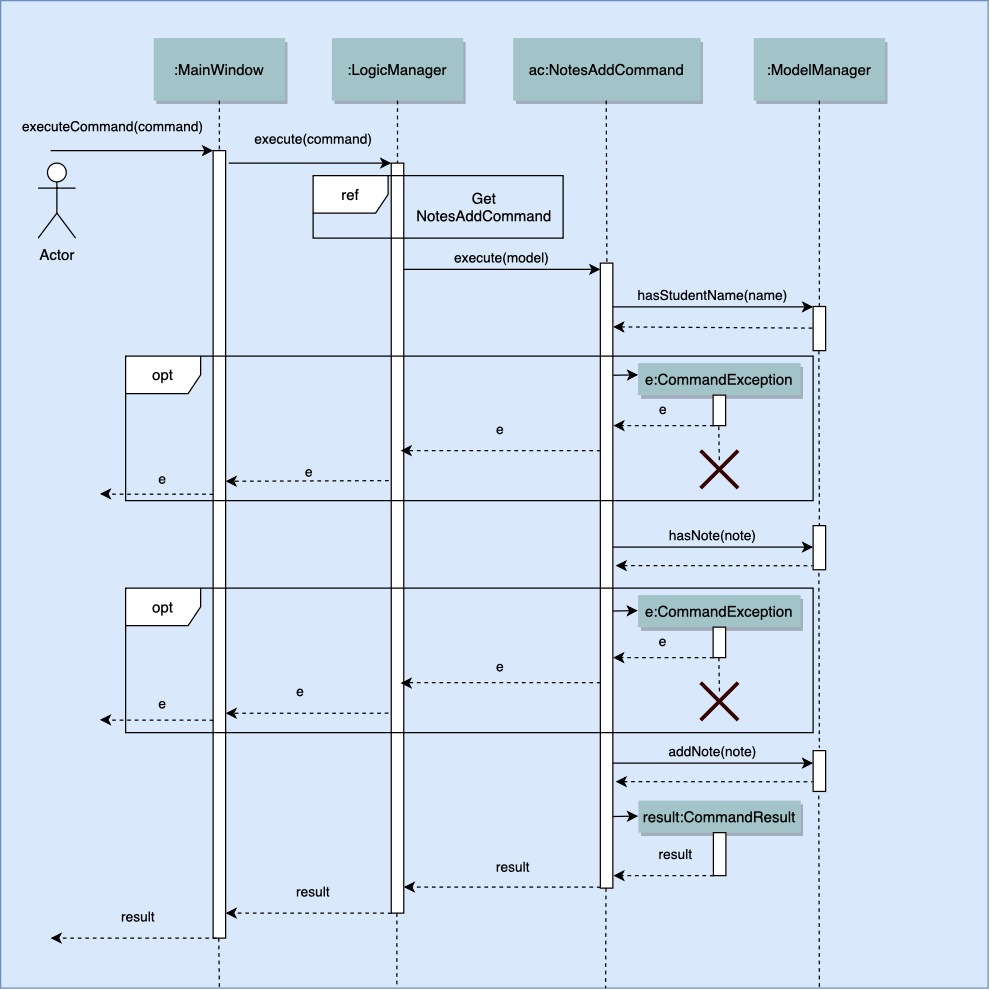
Above: docs/images/developerguide/notes/NotesAddSequence.png in tingalinga/main (draw.io), before the change. Source tidied: cells renumbered, new cells last; positions are measured from the earlier drawing's top-left corner, leaving out a move shared by most shapes. Its diagram source:
```xml
<mxGraphModel background="#ffffff">
  <root>
    <mxCell id="0" />
    <mxCell id="1" parent="0" />
    <mxCell id="2" style="fillColor=#dae8fc;strokeColor=#6c8ebf;" parent="1" vertex="1">
      <mxGeometry width="790" height="790" as="geometry" />
    </mxCell>
    <mxCell id="3" style="fillColor=#FFFFFF;strokeColor=#0D0300;" parent="1" vertex="1">
      <mxGeometry x="170" y="120" width="10" height="630" as="geometry" />
    </mxCell>
    <mxCell id="4" value=":MainWindow" style="shadow=1;fillColor=#A2C4C9;strokeColor=none;" parent="1" vertex="1">
      <mxGeometry x="122.5" y="30" width="105" height="50" as="geometry" />
    </mxCell>
    <mxCell id="5" style="fillColor=#FFFFFF;strokeColor=#0D0300;" parent="1" vertex="1">
      <mxGeometry x="312.5" y="130" width="10" height="600" as="geometry" />
    </mxCell>
    <mxCell id="6" value=":LogicManager" style="shadow=1;fillColor=#A2C4C9;strokeColor=none;" parent="1" vertex="1">
      <mxGeometry x="265" y="30" width="105" height="50" as="geometry" />
    </mxCell>
    <mxCell id="7" style="edgeStyle=none;endArrow=none;dashed=1;" parent="1" edge="1" source="6" target="5">
      <mxGeometry x="272.3" y="165" as="geometry" />
    </mxCell>
    <mxCell id="8" value="execute(command)" style="edgeStyle=none;verticalLabelPosition=top;verticalAlign=bottom;labelBackgroundColor=none;" parent="1" edge="1">
      <mxGeometry as="geometry">
        <mxPoint x="182.5" y="130" as="sourcePoint" />
        <mxPoint x="312.5" y="130" as="targetPoint" />
        <mxPoint x="3" y="-10" as="offset" />
      </mxGeometry>
    </mxCell>
    <mxCell id="9" value="ac:NotesAddCommand" style="shadow=1;fillColor=#A2C4C9;strokeColor=none;" parent="1" vertex="1">
      <mxGeometry x="410" y="30" width="150" height="50" as="geometry" />
    </mxCell>
    <mxCell id="10" style="fillColor=#FFFFFF;strokeColor=#0D0300;" parent="1" vertex="1">
      <mxGeometry x="479.8" y="210" width="10" height="500" as="geometry" />
    </mxCell>
    <mxCell id="11" value="execute(model)" style="edgeStyle=elbowEdgeStyle;elbow=horizontal;verticalLabelPosition=top;verticalAlign=bottom;labelBackgroundColor=none;" parent="1" edge="1" source="5" target="10">
      <mxGeometry x="350" y="290" as="geometry">
        <Array as="points">
          <mxPoint x="410" y="215" />
        </Array>
      </mxGeometry>
    </mxCell>
    <mxCell id="12" style="fillColor=#FFFFFF;strokeColor=#0D0300;" parent="1" vertex="1">
      <mxGeometry x="650" y="244.7" width="10" height="35.3" as="geometry" />
    </mxCell>
    <mxCell id="13" value=":ModelManager" style="shadow=1;fillColor=#A2C4C9;strokeColor=none;" parent="1" vertex="1">
      <mxGeometry x="602.5" y="30" width="105" height="50" as="geometry" />
    </mxCell>
    <mxCell id="14" style="edgeStyle=none;endArrow=none;dashed=1;" parent="1" edge="1" source="13" target="12">
      <mxGeometry x="614.5" y="175" as="geometry" />
    </mxCell>
    <mxCell id="15" value="hasStudentName(name)" style="edgeStyle=elbowEdgeStyle;elbow=vertical;verticalLabelPosition=top;verticalAlign=bottom;labelBackgroundColor=none;" parent="1" edge="1" source="10" target="12">
      <mxGeometry x="540" y="270" as="geometry">
        <Array as="points">
          <mxPoint x="500" y="245" />
          <mxPoint x="560" y="240" />
        </Array>
      </mxGeometry>
    </mxCell>
    <mxCell id="16" style="edgeStyle=elbowEdgeStyle;elbow=horizontal;endArrow=none;dashed=1;" parent="1" edge="1" source="4" target="3">
      <mxGeometry x="230" y="310" as="geometry" />
    </mxCell>
    <mxCell id="17" value="Actor" style="shape=umlActor;verticalLabelPosition=bottom;labelBackgroundColor=none;verticalAlign=top;html=1;" parent="1" vertex="1">
      <mxGeometry x="30" y="130" width="30" height="60" as="geometry" />
    </mxCell>
    <mxCell id="18" value="ref" style="shape=umlFrame;whiteSpace=wrap;html=1;shadow=0;comic=0;labelBackgroundColor=#FFFFFF;fillColor=#FFFFFF;swimlaneFillColor=none;" parent="1" vertex="1">
      <mxGeometry x="250" y="140" width="200" height="50" as="geometry" />
    </mxCell>
    <mxCell id="19" value="opt" style="shape=umlFrame;whiteSpace=wrap;html=1;shadow=0;comic=0;labelBackgroundColor=#FFFFFF;fillColor=#FFFFFF;" parent="1" vertex="1">
      <mxGeometry x="100" y="284.4" width="550" height="115.6" as="geometry" />
    </mxCell>
    <mxCell id="20" style="edgeStyle=none;verticalLabelPosition=top;verticalAlign=bottom;endArrow=none;startArrow=classic;dashed=1;exitX=1.022;exitY=0.102;exitDx=0;exitDy=0;exitPerimeter=0;" parent="1" edge="1" source="10">
      <mxGeometry x="550" y="201.5" as="geometry">
        <mxPoint x="650" y="262" as="targetPoint" />
      </mxGeometry>
    </mxCell>
    <mxCell id="21" value="Get NotesAddCommand" style="rounded=0;whiteSpace=wrap;html=1;shadow=0;comic=0;labelBackgroundColor=none;strokeColor=#000000;fillColor=none;opacity=0;" parent="1" vertex="1">
      <mxGeometry x="332.5" y="155" width="107.5" height="20" as="geometry" />
    </mxCell>
    <mxCell id="22" value="e:CommandException" style="shadow=1;fillColor=#A2C4C9;strokeColor=none;" parent="1" vertex="1">
      <mxGeometry x="510" y="290" width="130" height="25.6" as="geometry" />
    </mxCell>
    <mxCell id="23" style="edgeStyle=none;verticalLabelPosition=top;verticalAlign=bottom;labelPosition=left;align=right;" parent="1" edge="1">
      <mxGeometry x="340" y="179.9" as="geometry">
        <mxPoint x="490" y="299.7" as="sourcePoint" />
        <mxPoint x="510" y="299.4" as="targetPoint" />
        <mxPoint x="45" y="-9" as="offset" />
      </mxGeometry>
    </mxCell>
    <mxCell id="24" style="fillColor=#FFFFFF;strokeColor=#0D0300;fontColor=#ffffff;" parent="1" vertex="1">
      <mxGeometry x="570" y="315.6" width="10" height="24.4" as="geometry" />
    </mxCell>
    <mxCell id="25" value="e" style="edgeStyle=elbowEdgeStyle;elbow=vertical;dashed=1;verticalLabelPosition=bottom;verticalAlign=top;labelBackgroundColor=none;" parent="1" edge="1">
      <mxGeometry as="geometry">
        <mxPoint x="479.8" y="360.4" as="sourcePoint" />
        <mxPoint x="320" y="360" as="targetPoint" />
        <Array as="points">
          <mxPoint x="450.3" y="360" />
        </Array>
        <mxPoint y="-30" as="offset" />
      </mxGeometry>
    </mxCell>
    <mxCell id="26" value="e" style="edgeStyle=elbowEdgeStyle;elbow=horizontal;dashed=1;verticalLabelPosition=bottom;verticalAlign=top;entryX=0.379;entryY=0.654;entryDx=0;entryDy=0;entryPerimeter=0;labelBackgroundColor=none;" parent="1" edge="1">
      <mxGeometry x="-187" y="14.9" as="geometry">
        <mxPoint x="310" y="384" as="sourcePoint" />
        <mxPoint x="180" y="384.5" as="targetPoint" />
        <Array as="points">
          <mxPoint x="310.5" y="384.5" />
        </Array>
        <mxPoint x="2" y="-20" as="offset" />
      </mxGeometry>
    </mxCell>
    <mxCell id="27" style="edgeStyle=none;endArrow=none;dashed=1;" parent="1" edge="1">
      <mxGeometry x="529.3" y="425.6" as="geometry">
        <mxPoint x="574.5" y="340.6" as="sourcePoint" />
        <mxPoint x="575" y="370" as="targetPoint" />
      </mxGeometry>
    </mxCell>
    <mxCell id="28" style="shape=umlDestroy;whiteSpace=wrap;html=1;strokeWidth=3;shadow=0;comic=0;labelBackgroundColor=#FFFFFF;fillColor=#d5e8d4;strokeColor=#330000;" parent="1" vertex="1">
      <mxGeometry x="560" y="360" width="30" height="30" as="geometry" />
    </mxCell>
    <mxCell id="29" value="hasNote(note)" style="edgeStyle=elbowEdgeStyle;elbow=vertical;verticalLabelPosition=top;verticalAlign=bottom;labelBackgroundColor=none;" parent="1" edge="1">
      <mxGeometry x="540" y="462.2" as="geometry">
        <mxPoint x="489.8" y="437.2" as="sourcePoint" />
        <mxPoint x="650" y="437.2" as="targetPoint" />
        <Array as="points">
          <mxPoint x="500" y="437.2" />
          <mxPoint x="560" y="432.2" />
        </Array>
      </mxGeometry>
    </mxCell>
    <mxCell id="30" style="edgeStyle=none;verticalLabelPosition=top;verticalAlign=bottom;endArrow=none;startArrow=classic;dashed=1;exitX=1.222;exitY=0.106;exitDx=0;exitDy=0;exitPerimeter=0;entryX=-0.033;entryY=0.038;entryDx=0;entryDy=0;entryPerimeter=0;" parent="1" edge="1">
      <mxGeometry x="550" y="393.7" as="geometry">
        <mxPoint x="492" y="452" as="sourcePoint" />
        <mxPoint x="649.7" y="452.1" as="targetPoint" />
      </mxGeometry>
    </mxCell>
    <mxCell id="31" value="opt" style="shape=umlFrame;whiteSpace=wrap;html=1;shadow=0;comic=0;labelBackgroundColor=#FFFFFF;fillColor=#FFFFFF;" parent="1" vertex="1">
      <mxGeometry x="100" y="470" width="550" height="115.6" as="geometry" />
    </mxCell>
    <mxCell id="32" value="e:CommandException" style="shadow=1;fillColor=#A2C4C9;strokeColor=none;" parent="1" vertex="1">
      <mxGeometry x="510" y="475.6" width="130" height="25.6" as="geometry" />
    </mxCell>
    <mxCell id="33" style="fillColor=#FFFFFF;strokeColor=#0D0300;" parent="1" vertex="1">
      <mxGeometry x="570" y="501.2" width="10" height="24.4" as="geometry" />
    </mxCell>
    <mxCell id="34" value="e" style="edgeStyle=elbowEdgeStyle;elbow=vertical;dashed=1;verticalLabelPosition=bottom;verticalAlign=top;labelBackgroundColor=none;" parent="1" edge="1">
      <mxGeometry as="geometry">
        <mxPoint x="570" y="526.1" as="sourcePoint" />
        <mxPoint x="490" y="525.6" as="targetPoint" />
        <Array as="points">
          <mxPoint x="540.5" y="525.6" />
        </Array>
        <mxPoint y="-26" as="offset" />
      </mxGeometry>
    </mxCell>
    <mxCell id="35" value="e" style="edgeStyle=elbowEdgeStyle;elbow=vertical;dashed=1;verticalLabelPosition=bottom;verticalAlign=top;labelBackgroundColor=none;" parent="1" edge="1">
      <mxGeometry as="geometry">
        <mxPoint x="479.8" y="546.1" as="sourcePoint" />
        <mxPoint x="320" y="546" as="targetPoint" />
        <Array as="points">
          <mxPoint x="450.3" y="545.6" />
        </Array>
        <mxPoint y="-26" as="offset" />
      </mxGeometry>
    </mxCell>
    <mxCell id="36" value="e" style="edgeStyle=elbowEdgeStyle;elbow=vertical;dashed=1;verticalLabelPosition=bottom;verticalAlign=top;entryX=0.379;entryY=0.654;entryDx=0;entryDy=0;entryPerimeter=0;labelBackgroundColor=none;" parent="1" edge="1">
      <mxGeometry as="geometry">
        <mxPoint x="310" y="569.6" as="sourcePoint" />
        <mxPoint x="180" y="570.1" as="targetPoint" />
        <Array as="points">
          <mxPoint x="310.5" y="570.1" />
        </Array>
        <mxPoint x="-5" y="-30" as="offset" />
      </mxGeometry>
    </mxCell>
    <mxCell id="37" value="e" style="edgeStyle=elbowEdgeStyle;elbow=vertical;dashed=1;verticalLabelPosition=bottom;verticalAlign=top;entryX=0.051;entryY=0.506;entryDx=0;entryDy=0;entryPerimeter=0;labelBackgroundColor=none;" parent="1" edge="1">
      <mxGeometry as="geometry">
        <mxPoint x="170" y="576.1" as="sourcePoint" />
        <mxPoint x="79.4" y="575.4" as="targetPoint" />
        <Array as="points">
          <mxPoint x="140.5" y="575.6" />
        </Array>
        <mxPoint x="5" y="-26" as="offset" />
      </mxGeometry>
    </mxCell>
    <mxCell id="38" style="shape=umlDestroy;whiteSpace=wrap;html=1;strokeWidth=3;shadow=0;comic=0;labelBackgroundColor=#FFFFFF;fillColor=#d5e8d4;strokeColor=#330000;" parent="1" vertex="1">
      <mxGeometry x="560" y="545.6" width="30" height="30" as="geometry" />
    </mxCell>
    <mxCell id="39" style="edgeStyle=none;endArrow=none;dashed=1;" parent="1" edge="1">
      <mxGeometry x="529.4" y="610.6" as="geometry">
        <mxPoint x="574.6" y="525.6" as="sourcePoint" />
        <mxPoint x="575.1" y="555" as="targetPoint" />
      </mxGeometry>
    </mxCell>
    <mxCell id="40" value="addNote(note)" style="edgeStyle=elbowEdgeStyle;elbow=vertical;verticalLabelPosition=top;verticalAlign=bottom;labelBackgroundColor=none;" parent="1" edge="1">
      <mxGeometry x="540" y="635" as="geometry">
        <mxPoint x="489.8" y="610" as="sourcePoint" />
        <mxPoint x="650" y="610" as="targetPoint" />
        <Array as="points">
          <mxPoint x="500" y="610" />
          <mxPoint x="560" y="605" />
        </Array>
      </mxGeometry>
    </mxCell>
    <mxCell id="41" style="edgeStyle=none;verticalLabelPosition=top;verticalAlign=bottom;endArrow=none;startArrow=classic;dashed=1;exitX=1.222;exitY=0.106;exitDx=0;exitDy=0;exitPerimeter=0;entryX=-0.033;entryY=0.038;entryDx=0;entryDy=0;entryPerimeter=0;" parent="1" edge="1">
      <mxGeometry x="550" y="566.5" as="geometry">
        <mxPoint x="492" y="624.8" as="sourcePoint" />
        <mxPoint x="649.7" y="624.9" as="targetPoint" />
      </mxGeometry>
    </mxCell>
    <mxCell id="42" style="edgeStyle=none;verticalLabelPosition=top;verticalAlign=bottom;labelPosition=left;align=right;" parent="1" edge="1">
      <mxGeometry x="339.8" y="368.5" as="geometry">
        <mxPoint x="489.8" y="488.3" as="sourcePoint" />
        <mxPoint x="509.8" y="488" as="targetPoint" />
        <mxPoint x="45" y="-9" as="offset" />
      </mxGeometry>
    </mxCell>
    <mxCell id="43" value="result:CommandResult" style="shadow=1;fillColor=#A2C4C9;strokeColor=none;" parent="1" vertex="1">
      <mxGeometry x="510.2" y="640" width="130" height="25.6" as="geometry" />
    </mxCell>
    <mxCell id="44" style="fillColor=#FFFFFF;strokeColor=#0D0300;" parent="1" vertex="1">
      <mxGeometry x="570.2" y="665.6" width="10" height="34.4" as="geometry" />
    </mxCell>
    <mxCell id="45" value="result" style="edgeStyle=elbowEdgeStyle;elbow=vertical;dashed=1;verticalLabelPosition=bottom;verticalAlign=top;labelBackgroundColor=none;" parent="1" edge="1">
      <mxGeometry as="geometry">
        <mxPoint x="570.2" y="700.4" as="sourcePoint" />
        <mxPoint x="490.2" y="700" as="targetPoint" />
        <Array as="points">
          <mxPoint x="540.7" y="700" />
        </Array>
        <mxPoint x="10" y="-30" as="offset" />
      </mxGeometry>
    </mxCell>
    <mxCell id="46" style="edgeStyle=none;verticalLabelPosition=top;verticalAlign=bottom;labelPosition=left;align=right;" parent="1" edge="1">
      <mxGeometry x="340" y="532.9" as="geometry">
        <mxPoint x="490" y="652.7" as="sourcePoint" />
        <mxPoint x="510" y="652.4" as="targetPoint" />
        <mxPoint x="45" y="-9" as="offset" />
      </mxGeometry>
    </mxCell>
    <mxCell id="47" value="result" style="edgeStyle=elbowEdgeStyle;elbow=vertical;dashed=1;verticalLabelPosition=bottom;verticalAlign=top;labelBackgroundColor=none;" parent="1" edge="1" target="5">
      <mxGeometry as="geometry">
        <mxPoint x="479.8" y="709.6" as="sourcePoint" />
        <Array as="points">
          <mxPoint x="450.3" y="709.2" />
        </Array>
        <mxPoint x="9" y="-29" as="offset" />
      </mxGeometry>
    </mxCell>
    <mxCell id="48" value="result" style="edgeStyle=elbowEdgeStyle;elbow=vertical;dashed=1;verticalLabelPosition=bottom;verticalAlign=top;labelBackgroundColor=none;" parent="1" edge="1">
      <mxGeometry as="geometry">
        <mxPoint x="312.5" y="730.4" as="sourcePoint" />
        <mxPoint x="180" y="730" as="targetPoint" />
        <Array as="points">
          <mxPoint x="283" y="730" />
        </Array>
        <mxPoint x="4" y="-30" as="offset" />
      </mxGeometry>
    </mxCell>
    <mxCell id="49" value="result" style="edgeStyle=elbowEdgeStyle;elbow=vertical;dashed=1;verticalLabelPosition=bottom;verticalAlign=top;labelBackgroundColor=none;" parent="1" edge="1">
      <mxGeometry as="geometry">
        <mxPoint x="172.5" y="750.4" as="sourcePoint" />
        <mxPoint x="40" y="750" as="targetPoint" />
        <Array as="points">
          <mxPoint x="143" y="750" />
        </Array>
        <mxPoint x="4" y="-30" as="offset" />
      </mxGeometry>
    </mxCell>
    <mxCell id="50" style="edgeStyle=none;endArrow=none;dashed=1;" parent="1" edge="1">
      <mxGeometry x="444" y="175" as="geometry">
        <mxPoint x="484.5" y="80" as="sourcePoint" />
        <mxPoint x="485" y="210" as="targetPoint" />
      </mxGeometry>
    </mxCell>
    <mxCell id="51" style="edgeStyle=none;endArrow=none;dashed=1;" parent="1" edge="1">
      <mxGeometry x="614" y="725" as="geometry">
        <mxPoint x="654.5" y="630" as="sourcePoint" />
        <mxPoint x="655" y="790" as="targetPoint" />
      </mxGeometry>
    </mxCell>
    <mxCell id="52" style="edgeStyle=none;endArrow=none;dashed=1;" parent="1" edge="1">
      <mxGeometry x="443.8" y="805" as="geometry">
        <mxPoint x="484.3" y="710" as="sourcePoint" />
        <mxPoint x="484" y="790" as="targetPoint" />
      </mxGeometry>
    </mxCell>
    <mxCell id="53" style="edgeStyle=none;endArrow=none;dashed=1;" parent="1" edge="1">
      <mxGeometry x="276.5" y="825" as="geometry">
        <mxPoint x="317" y="730" as="sourcePoint" />
        <mxPoint x="317" y="790" as="targetPoint" />
      </mxGeometry>
    </mxCell>
    <mxCell id="54" style="edgeStyle=none;endArrow=none;dashed=1;" parent="1" edge="1">
      <mxGeometry x="134" y="845" as="geometry">
        <mxPoint x="174.5" y="750" as="sourcePoint" />
        <mxPoint x="175" y="790" as="targetPoint" />
      </mxGeometry>
    </mxCell>
    <mxCell id="55" style="fillColor=#FFFFFF;strokeColor=#0D0300;" parent="1" vertex="1">
      <mxGeometry x="650" y="600" width="10" height="32.6" as="geometry" />
    </mxCell>
    <mxCell id="56" style="fillColor=#FFFFFF;strokeColor=#0D0300;" parent="1" vertex="1">
      <mxGeometry x="650" y="420" width="10" height="35.3" as="geometry" />
    </mxCell>
    <mxCell id="57" style="edgeStyle=none;endArrow=none;dashed=1;" parent="1" edge="1">
      <mxGeometry x="614.1" y="375" as="geometry">
        <mxPoint x="654.6" y="280" as="sourcePoint" />
        <mxPoint x="655" y="420" as="targetPoint" />
      </mxGeometry>
    </mxCell>
    <mxCell id="58" style="edgeStyle=none;endArrow=none;dashed=1;" parent="1" edge="1">
      <mxGeometry x="614.1" y="552.8" as="geometry">
        <mxPoint x="654.6" y="457.8" as="sourcePoint" />
        <mxPoint x="655" y="597.8" as="targetPoint" />
      </mxGeometry>
    </mxCell>
    <mxCell id="59" value="e" style="edgeStyle=elbowEdgeStyle;elbow=vertical;dashed=1;verticalLabelPosition=bottom;verticalAlign=top;entryX=0.051;entryY=0.506;entryDx=0;entryDy=0;entryPerimeter=0;labelBackgroundColor=none;" parent="1" edge="1">
      <mxGeometry as="geometry">
        <mxPoint x="170" y="395.3" as="sourcePoint" />
        <mxPoint x="79.4" y="394.6" as="targetPoint" />
        <Array as="points">
          <mxPoint x="140.5" y="394.9" />
        </Array>
        <mxPoint x="5" y="-25" as="offset" />
      </mxGeometry>
    </mxCell>
    <mxCell id="60" value="e" style="edgeStyle=elbowEdgeStyle;elbow=vertical;dashed=1;verticalLabelPosition=bottom;verticalAlign=top;labelBackgroundColor=none;" parent="1" edge="1">
      <mxGeometry x="0.2" y="-185.6" as="geometry">
        <mxPoint x="570.2" y="340.4" as="sourcePoint" />
        <mxPoint x="490.2" y="340" as="targetPoint" />
        <Array as="points">
          <mxPoint x="540.7" y="340" />
        </Array>
        <mxPoint y="-26" as="offset" />
      </mxGeometry>
    </mxCell>
    <mxCell id="61" value="executeCommand(command)" style="edgeStyle=none;verticalLabelPosition=top;verticalAlign=bottom;labelBackgroundColor=none;" parent="1" edge="1">
      <mxGeometry as="geometry">
        <mxPoint x="40" y="120" as="sourcePoint" />
        <mxPoint x="170" y="120" as="targetPoint" />
        <mxPoint x="-15" y="-10" as="offset" />
      </mxGeometry>
    </mxCell>
  </root>
</mxGraphModel>
```
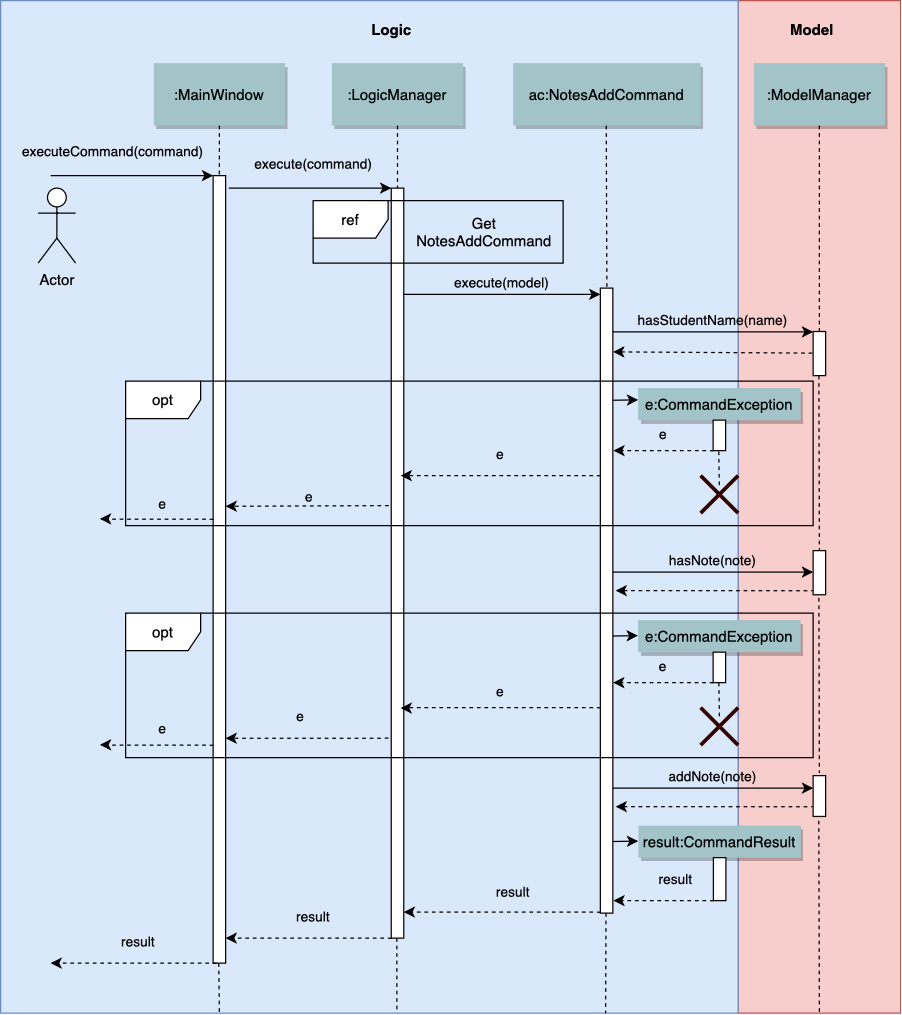
The same file after the commit.

The edit, as a diff of the source:
```diff
@@ -2,8 +2,11 @@
   <root>
     <mxCell id="0" />
     <mxCell id="1" parent="0" />
+    <mxCell id="62" style="fillColor=#f8cecc;strokeColor=#b85450;" parent="1" vertex="1">
+      <mxGeometry x="590" y="-20" width="130" height="810" as="geometry" />
+    </mxCell>
     <mxCell id="2" style="fillColor=#dae8fc;strokeColor=#6c8ebf;" parent="1" vertex="1">
-      <mxGeometry width="790" height="790" as="geometry" />
+      <mxGeometry y="-20" width="590" height="810" as="geometry" />
     </mxCell>
     <mxCell id="3" style="fillColor=#FFFFFF;strokeColor=#0D0300;" parent="1" vertex="1">
       <mxGeometry x="170" y="120" width="10" height="630" as="geometry" />
@@ -343,5 +346,11 @@
         <mxPoint x="-15" y="-10" as="offset" />
       </mxGeometry>
     </mxCell>
+    <mxCell id="63" value="&lt;span style=&quot;font-family: &amp;#34;helvetica&amp;#34; ; font-size: 12px ; font-style: normal ; letter-spacing: normal ; text-align: center ; text-indent: 0px ; text-transform: none ; word-spacing: 0px ; text-decoration: none ; float: none ; display: inline&quot;&gt;&lt;b&gt;Logic&lt;/b&gt;&lt;/span&gt;" style="text;whiteSpace=wrap;html=1;" parent="1" vertex="1">
+      <mxGeometry x="295" y="-10" width="35" height="30" as="geometry" />
+    </mxCell>
+    <mxCell id="64" value="&lt;b style=&quot;font-family: &amp;#34;helvetica&amp;#34; ; font-size: 12px ; font-style: normal ; letter-spacing: normal ; text-align: center ; text-indent: 0px ; text-transform: none ; word-spacing: 0px ; text-decoration: none&quot;&gt;Model&lt;/b&gt;" style="text;whiteSpace=wrap;html=1;" parent="1" vertex="1">
+      <mxGeometry x="630" y="-10" width="60" height="30" as="geometry" />
+    </mxCell>
   </root>
 </mxGraphModel>
```
